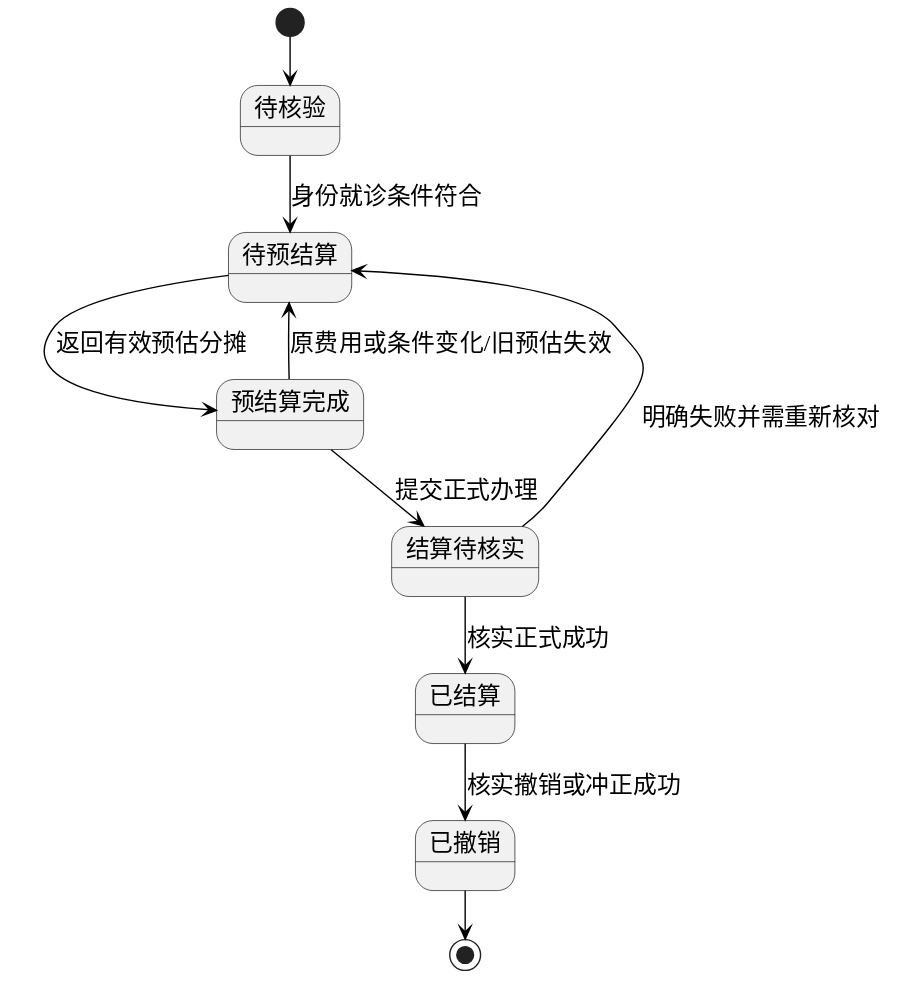
The PlantUML diagram 01-需求文档/diagrams/integrated-20261019/state-insurance.svg in Shawmc-creator/systemAnalyseAndDesign, before a commit. Its source is kept beside it as 01-需求文档/diagrams/integrated-20261019/state-insurance.puml.
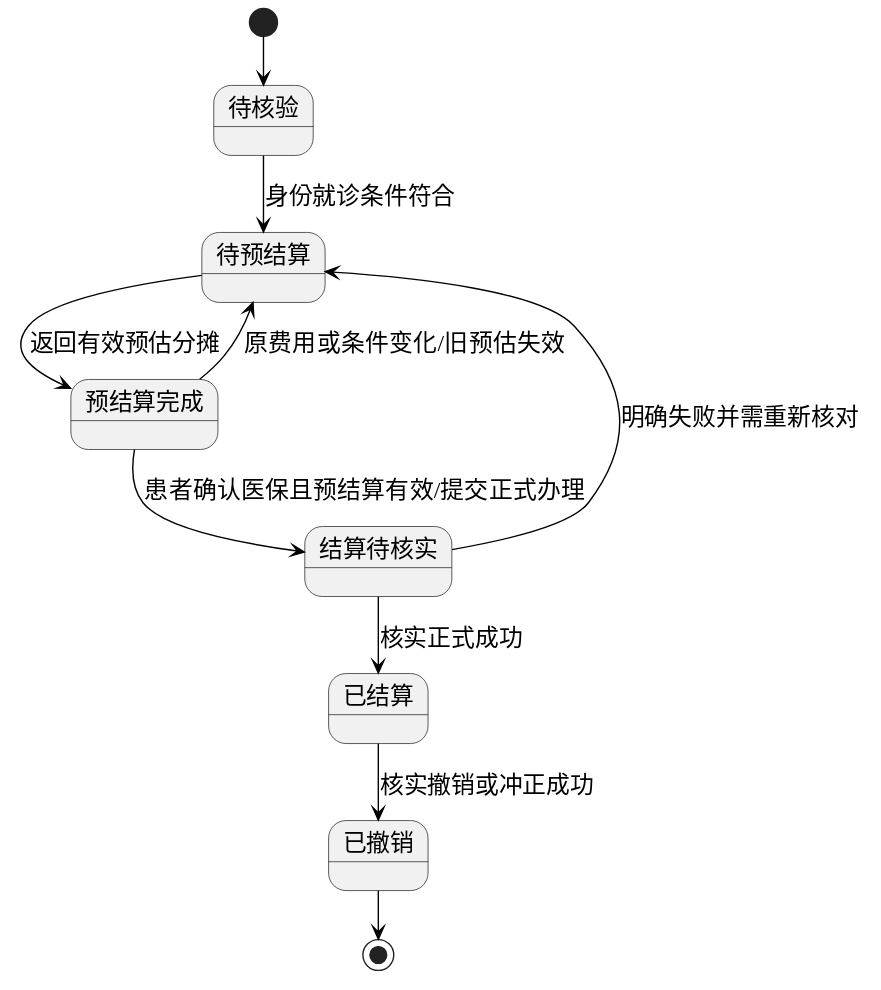
After the commit.

The edit, as a diff of the source:
```diff
@@ -19,7 +19,7 @@
 待核验 --> 待预结算 : 身份就诊条件符合
 待预结算 --> 预结算完成 : 返回有效预估分摊
 预结算完成 --> 待预结算 : 原费用或条件变化/旧预估失效
-预结算完成 --> 结算待核实 : 提交正式办理
+预结算完成 --> 结算待核实 : 患者确认医保且预结算有效/提交正式办理
 结算待核实 --> 已结算 : 核实正式成功
 结算待核实 --> 待预结算 : 明确失败并需重新核对
 已结算 --> 已撤销 : 核实撤销或冲正成功
```
